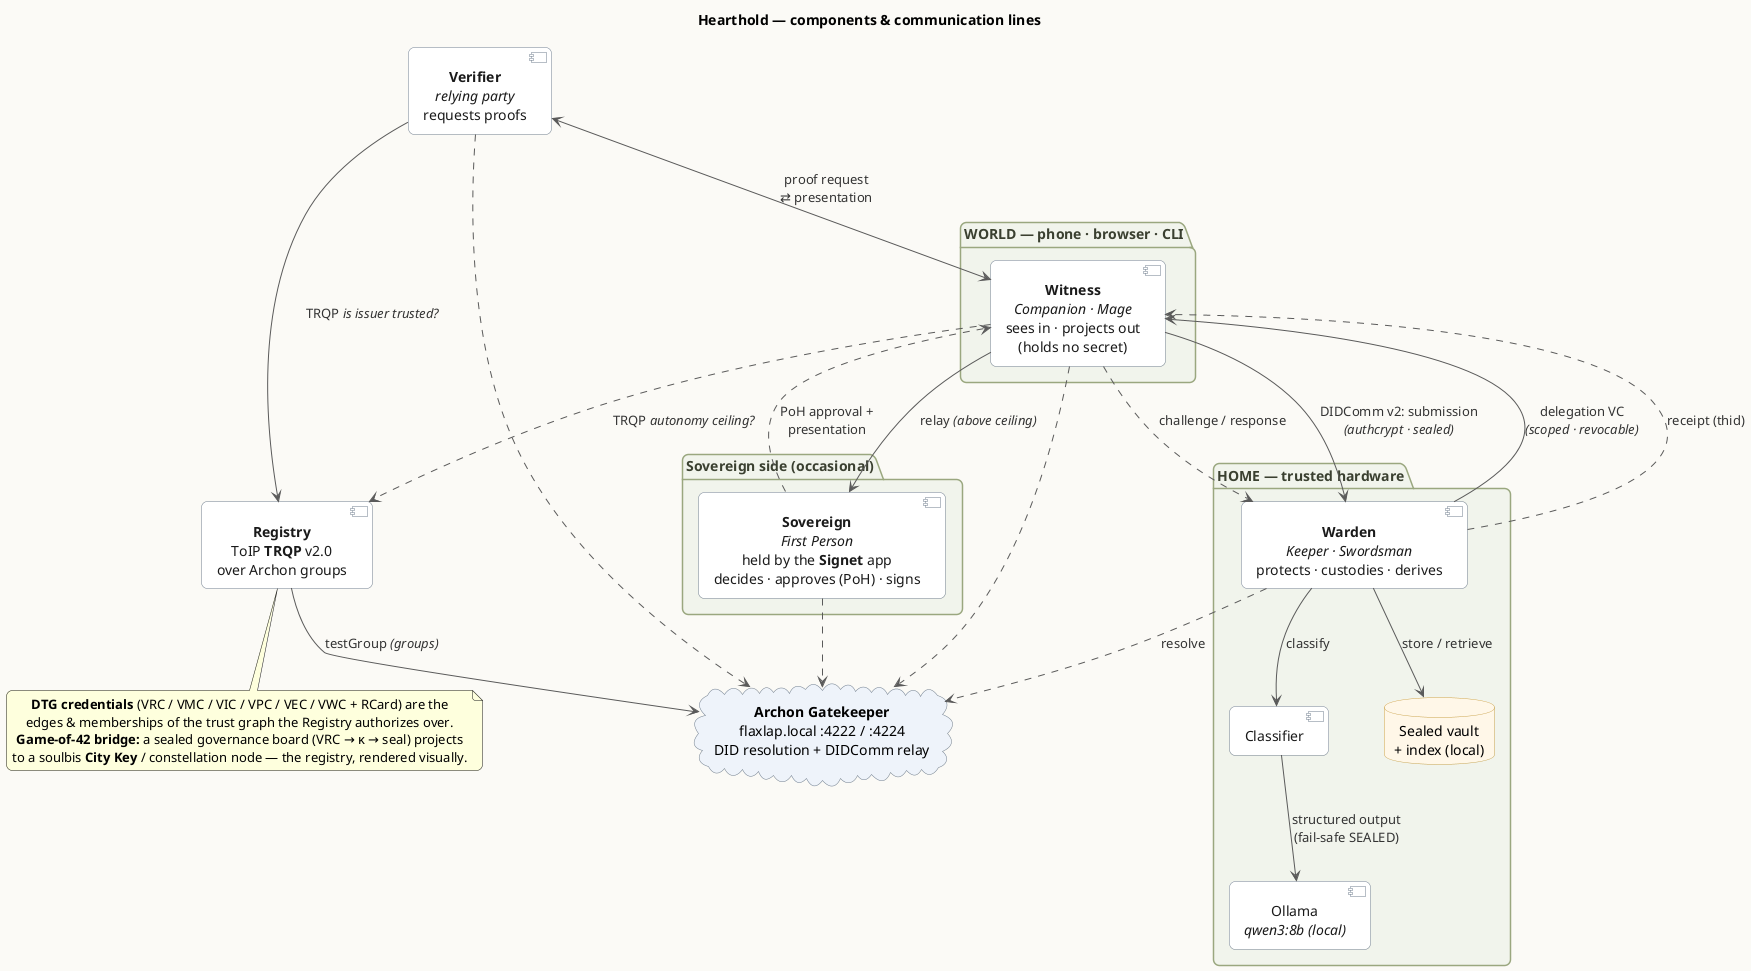
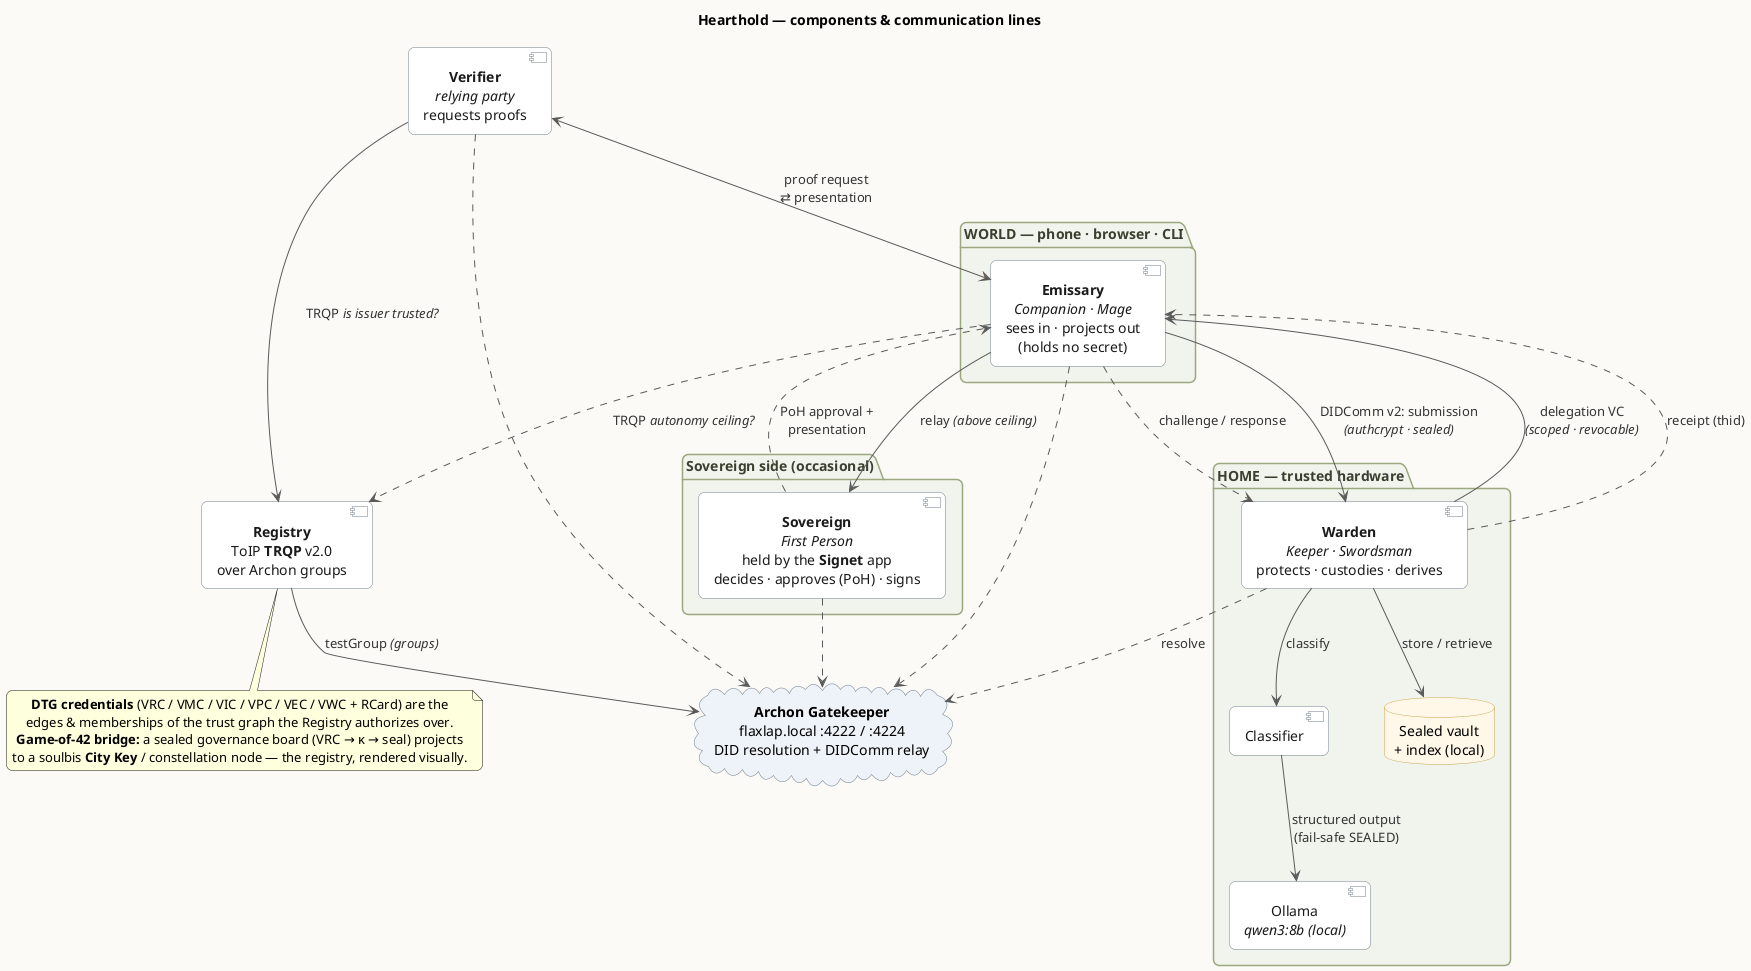
@startuml hearthold-architecture
title Hearthold — components & communication lines

' ── style ───────────────────────────────────────────────────────────────
skinparam shadowing false
skinparam backgroundColor #FBFAF6
skinparam defaultTextAlignment center
skinparam roundCorner 12
skinparam nodesep 55
skinparam ranksep 70
skinparam ArrowColor #5A5A5A
skinparam ArrowFontColor #333333
skinparam package {
  BackgroundColor #F1F4EC
  BorderColor #9AA77F
  FontColor #3A4030
}
skinparam component {
  BackgroundColor #FFFFFF
  BorderColor #6E7C8C
  FontColor #1A1A1A
}
skinparam database {
  BackgroundColor #FFF7E8
  BorderColor #C9A24B
}
skinparam cloud {
  BackgroundColor #EEF3FA
  BorderColor #6E7C8C
}

' ── HOME (trusted hardware) ──────────────────────────────────────────────
package "HOME — trusted hardware" as home {
  component "**Warden**\n//Keeper · Swordsman//\nprotects · custodies · derives" as Warden
  component "Classifier" as Cls
  component "Ollama\n//qwen3:8b (local)//" as Ollama
  database "Sealed vault\n+ index (local)" as Vault

  Warden --> Cls    : classify
  Cls --> Ollama    : structured output\n(fail-safe SEALED)
  Warden --> Vault  : store / retrieve
}

' ── WORLD (the projector) ────────────────────────────────────────────────
package "WORLD — phone · browser · CLI" as world {
-   component "**Witness**\n//Companion · Mage//\nsees in · projects out\n(holds no secret)" as Witness
+   component "**Emissary**\n//Companion · Mage//\nsees in · projects out\n(holds no secret)" as Emissary
}

' ── Sovereign side ───────────────────────────────────────────────────────
package "Sovereign side (occasional)" as sov {
  component "**Sovereign**\n//First Person//\nheld by the **Signet** app\ndecides · approves (PoH) · signs" as Sovereign
}

' ── relying party + shared services ──────────────────────────────────────
component "**Verifier**\n//relying party//\nrequests proofs" as Verifier
component "**Registry**\nToIP **TRQP** v2.0\nover Archon groups" as Registry
cloud "**Archon Gatekeeper**\nflaxlap.local :4222 / :4224\nDID resolution + DIDComm relay" as GK

' ── trust / delegation ───────────────────────────────────────────────────
- Warden --> Witness   : delegation VC\n//(scoped · revocable)//
- Witness ..> Warden   : challenge / response
+ Warden --> Emissary   : delegation VC\n//(scoped · revocable)//
+ Emissary ..> Warden   : challenge / response

' ── submission over DIDComm ──────────────────────────────────────────────
- Witness --> Warden   : DIDComm v2: submission\n//(authcrypt · sealed)//
- Warden ..> Witness   : receipt (thid)
+ Emissary --> Warden   : DIDComm v2: submission\n//(authcrypt · sealed)//
+ Warden ..> Emissary   : receipt (thid)

' ── prove / projection ───────────────────────────────────────────────────
- Verifier <--> Witness  : proof request\n⇄ presentation
- Witness  --> Sovereign : relay //(above ceiling)//
- Sovereign ..> Witness  : PoH approval +\npresentation
+ Verifier <--> Emissary  : proof request\n⇄ presentation
+ Emissary  --> Sovereign : relay //(above ceiling)//
+ Sovereign ..> Emissary  : PoH approval +\npresentation

' ── trust registry ───────────────────────────────────────────────────────
Verifier --> Registry : TRQP //is issuer trusted?//
- Witness ..> Registry  : TRQP //autonomy ceiling?//
+ Emissary ..> Registry  : TRQP //autonomy ceiling?//
Registry --> GK       : testGroup //(groups)//

' ── DID resolution (everyone) ────────────────────────────────────────────
Warden ..> GK    : resolve
- Witness ..> GK
+ Emissary ..> GK
Sovereign ..> GK
Verifier ..> GK

note bottom of Registry
  **DTG credentials** (VRC / VMC / VIC / VPC / VEC / VWC + RCard) are the
  edges & memberships of the trust graph the Registry authorizes over.
  **Game-of-42 bridge:** a sealed governance board (VRC → κ → seal) projects
  to a soulbis **City Key** / constellation node — the registry, rendered visually.
end note

@enduml
